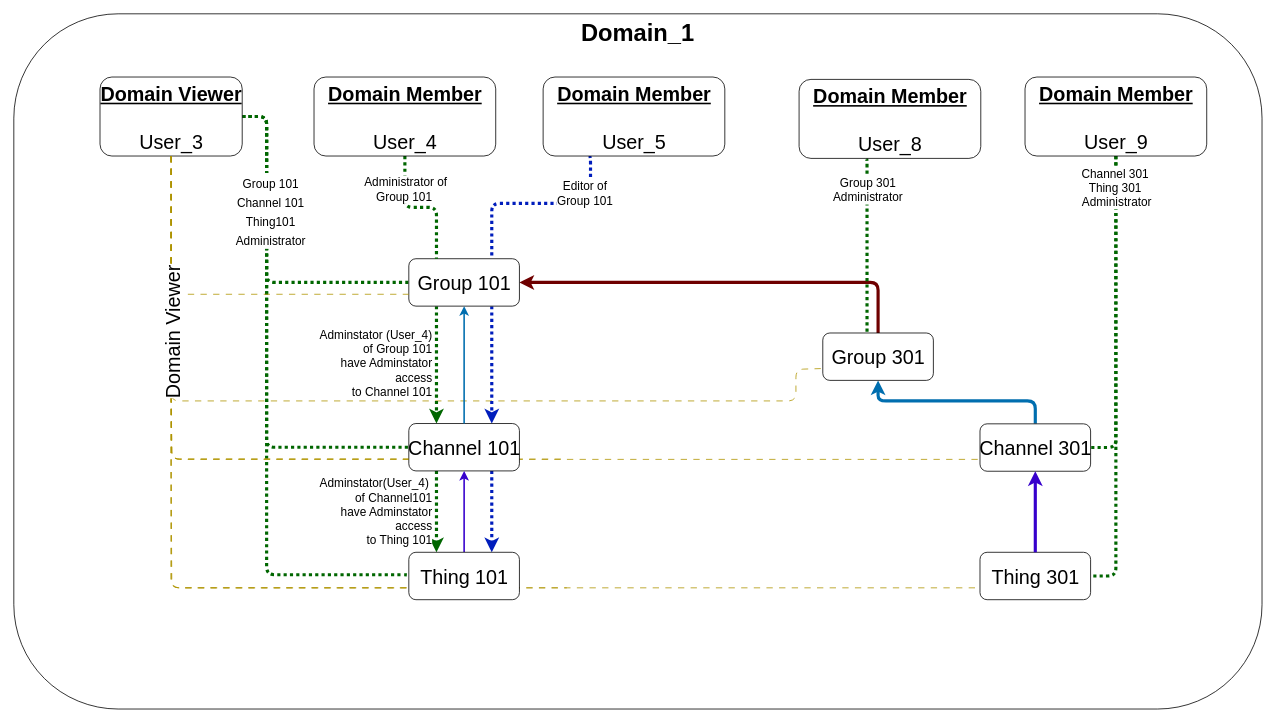
absmach/supermq-docs keeps this draw.io diagram as docs/diagrams/group_users_member_13.drawio. Above is the earlier version. Source tidied: cells renumbered, new cells numbered last; positions are measured from the earlier drawing's top-left corner, leaving out a move shared by most shapes. Both pictures are drawn from the tidied source at 79%, with x=0, y=0 at pixel (13, 13).
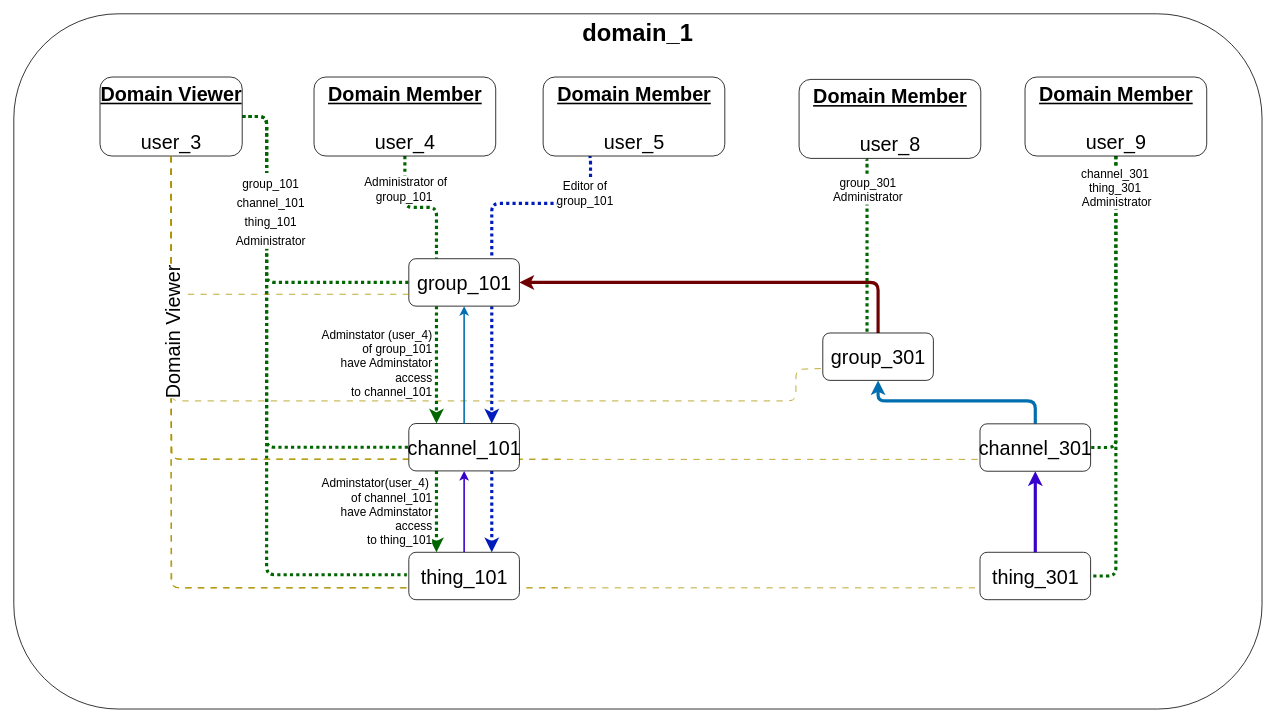
The same diagram, later.

The change refers to these unchanged cells:
```xml
<mxCell id="16" style="edgeStyle=orthogonalEdgeStyle;html=1;entryX=0;entryY=0.5;entryDx=0;entryDy=0;dashed=1;dashPattern=1 1;strokeColor=#006600;strokeWidth=4;fontSize=20;endArrow=none;endFill=0;" parent="13" edge="1" source="22" target="53">
  <mxGeometry relative="1" as="geometry">
    <Array as="points">
      <mxPoint x="320" y="130" />
      <mxPoint x="320" y="710" />
      <mxPoint x="500" y="710" />
    </Array>
  </mxGeometry>
</mxCell>
<mxCell id="23" style="edgeStyle=orthogonalEdgeStyle;html=1;exitX=0.25;exitY=1;exitDx=0;exitDy=0;entryX=0.25;entryY=0;entryDx=0;entryDy=0;dashed=1;dashPattern=1 1;strokeWidth=4;endArrow=classic;endFill=1;fillColor=#fa6800;strokeColor=#006600;" parent="13" edge="1" source="26" target="30">
  <mxGeometry relative="1" as="geometry" />
</mxCell>
<mxCell id="27" style="edgeStyle=orthogonalEdgeStyle;html=1;exitX=0.25;exitY=1;exitDx=0;exitDy=0;entryX=0.25;entryY=0;entryDx=0;entryDy=0;dashed=1;dashPattern=1 1;strokeWidth=4;endArrow=classic;endFill=1;fillColor=#fa6800;strokeColor=#006600;" parent="13" edge="1" source="30" target="53">
  <mxGeometry relative="1" as="geometry" />
</mxCell>
<mxCell id="31" style="edgeStyle=orthogonalEdgeStyle;html=1;entryX=0.25;entryY=0;entryDx=0;entryDy=0;dashed=1;dashPattern=1 1;strokeWidth=4;endArrow=none;endFill=0;fillColor=#fa6800;strokeColor=#006600;" parent="13" edge="1" source="33" target="26">
  <mxGeometry relative="1" as="geometry" />
</mxCell>
<mxCell id="34" style="edgeStyle=orthogonalEdgeStyle;html=1;dashed=1;dashPattern=1 1;strokeWidth=4;endArrow=none;endFill=0;fillColor=#0050ef;strokeColor=#001DBC;exitX=0.25;exitY=1;exitDx=0;exitDy=0;entryX=0.75;entryY=0;entryDx=0;entryDy=0;" parent="13" edge="1" source="36" target="26">
  <mxGeometry relative="1" as="geometry">
    <Array as="points">
      <mxPoint x="730" y="180" />
      <mxPoint x="730" y="240" />
      <mxPoint x="605" y="240" />
    </Array>
  </mxGeometry>
</mxCell>
<mxCell id="38" style="edgeStyle=orthogonalEdgeStyle;html=1;entryX=1;entryY=0.5;entryDx=0;entryDy=0;dashed=1;dashPattern=1 1;strokeColor=#006600;strokeWidth=4;endArrow=none;endFill=0;" parent="13" edge="1" source="40" target="57">
  <mxGeometry relative="1" as="geometry">
    <Array as="points">
      <mxPoint x="1395" y="712" />
    </Array>
  </mxGeometry>
</mxCell>
<mxCell id="41" style="edgeStyle=orthogonalEdgeStyle;html=1;dashed=1;dashPattern=1 1;strokeColor=#006600;strokeWidth=4;endArrow=none;endFill=0;" parent="13" edge="1">
  <mxGeometry relative="1" as="geometry">
    <mxPoint x="1079" y="183" as="sourcePoint" />
    <mxPoint x="1080" y="404" as="targetPoint" />
    <Array as="points">
      <mxPoint x="1080" y="183" />
    </Array>
  </mxGeometry>
</mxCell>
```

What changed in the source:
```diff
@@
-    <mxCell id="10" value="&lt;font style=&quot;font-size: 30px;&quot;&gt;&lt;b style=&quot;&quot;&gt;Domain_1&lt;/b&gt;&lt;/font&gt;" style="rounded=1;whiteSpace=wrap;html=1;verticalAlign=top;fillColor=default;" parent="9" vertex="1">
+    <mxCell id="10" value="&lt;font style=&quot;font-size: 30px;&quot;&gt;&lt;b style=&quot;&quot;&gt;domain_1&lt;/b&gt;&lt;/font&gt;" style="rounded=1;whiteSpace=wrap;html=1;verticalAlign=top;fillColor=default;" parent="9" vertex="1">
       <mxGeometry width="1580" height="880" as="geometry" />
     </mxCell>
@@
-    <mxCell id="17" value="&lt;font style=&quot;font-size: 15px;&quot;&gt;Group 101&lt;br&gt;Channel 101&lt;br&gt;Thing101&lt;br&gt;Administrator&lt;/font&gt;" style="edgeLabel;html=1;align=center;verticalAlign=middle;fontSize=20;" parent="16" vertex="1">
+    <mxCell id="17" value="&lt;font style=&quot;font-size: 15px;&quot;&gt;group_101&lt;br&gt;channel_101&lt;br&gt;thing_101&lt;br&gt;Administrator&lt;/font&gt;" style="edgeLabel;html=1;align=center;verticalAlign=middle;fontSize=20;" parent="16" vertex="1">
       <mxGeometry x="-0.53" y="4" relative="1" as="geometry">
         <mxPoint y="-37" as="offset" />
       </mxGeometry>
     </mxCell>
@@
-    <mxCell id="22" value="&lt;font style=&quot;font-size: 25px;&quot;&gt;&lt;b&gt;&lt;u&gt;Domain Viewer&lt;/u&gt;&lt;/b&gt;&lt;br&gt;&lt;br&gt;User_3&lt;/font&gt;" style="rounded=1;html=1;fontSize=25;verticalAlign=top;" parent="13" vertex="1">
+    <mxCell id="22" value="&lt;font style=&quot;font-size: 25px;&quot;&gt;&lt;b&gt;&lt;u&gt;Domain Viewer&lt;/u&gt;&lt;/b&gt;&lt;br&gt;&lt;br&gt;user_3&lt;/font&gt;" style="rounded=1;html=1;fontSize=25;verticalAlign=top;" parent="13" vertex="1">
       <mxGeometry x="109.1" y="80" width="180" height="100" as="geometry" />
     </mxCell>
@@
-    <mxCell id="24" value="Adminstator (User_4)&lt;br&gt;of Group 101 &lt;br&gt;have Adminstator &lt;br&gt;access &lt;br&gt;to Channel 101" style="edgeLabel;html=1;align=right;verticalAlign=middle;fontSize=15;" parent="23" vertex="1">
+    <mxCell id="24" value="Adminstator (user_4)&lt;br&gt;of group_101 &lt;br&gt;have Adminstator &lt;br&gt;access &lt;br&gt;to channel_101" style="edgeLabel;html=1;align=right;verticalAlign=middle;fontSize=15;" parent="23" vertex="1">
       <mxGeometry x="-0.13" relative="1" as="geometry">
         <mxPoint x="-5" y="6" as="offset" />
       </mxGeometry>
     </mxCell>
@@
-    <mxCell id="26" value="Group 101" style="rounded=1;html=1;fontSize=25;" parent="13" vertex="1">
+    <mxCell id="26" value="group_101" style="rounded=1;html=1;fontSize=25;" parent="13" vertex="1">
       <mxGeometry x="500" y="310" width="140" height="60" as="geometry" />
     </mxCell>
@@
-    <mxCell id="28" value="Adminstator(User_4)&amp;nbsp;&lt;br&gt;&lt;div style=&quot;&quot;&gt;of Channel101&lt;/div&gt;have Adminstator &lt;br&gt;access&lt;br&gt;to Thing 101" style="edgeLabel;html=1;align=right;verticalAlign=middle;fontSize=15;" parent="27" vertex="1">
+    <mxCell id="28" value="Adminstator(user_4)&amp;nbsp;&lt;br&gt;&lt;div style=&quot;&quot;&gt;of channel_101&lt;/div&gt;have Adminstator &lt;br&gt;access&lt;br&gt;to thing_101" style="edgeLabel;html=1;align=right;verticalAlign=middle;fontSize=15;" parent="27" vertex="1">
       <mxGeometry x="-0.19" y="-1" relative="1" as="geometry">
         <mxPoint x="-4" y="9" as="offset" />
       </mxGeometry>
     </mxCell>
@@
-    <mxCell id="30" value="Channel 101" style="rounded=1;html=1;fontSize=25;" parent="13" vertex="1">
+    <mxCell id="30" value="channel_101" style="rounded=1;html=1;fontSize=25;" parent="13" vertex="1">
       <mxGeometry x="500" y="518.6" width="140" height="60" as="geometry" />
     </mxCell>
@@
-    <mxCell id="32" value="&lt;font style=&quot;font-size: 15px;&quot;&gt;&lt;font style=&quot;font-size: 15px;&quot;&gt;&amp;nbsp;Administrator of&amp;nbsp;&lt;br&gt;&lt;/font&gt;Group 101&amp;nbsp;&lt;/font&gt;" style="edgeLabel;html=1;align=center;verticalAlign=middle;" parent="31" vertex="1">
+    <mxCell id="32" value="&lt;font style=&quot;font-size: 15px;&quot;&gt;&lt;font style=&quot;font-size: 15px;&quot;&gt;&amp;nbsp;Administrator of&amp;nbsp;&lt;br&gt;&lt;/font&gt;group_101&amp;nbsp;&lt;/font&gt;" style="edgeLabel;html=1;align=center;verticalAlign=middle;" parent="31" vertex="1">
       <mxGeometry x="0.42" y="1" relative="1" as="geometry">
         <mxPoint x="-41" y="-40" as="offset" />
       </mxGeometry>
     </mxCell>
-    <mxCell id="33" value="&lt;font style=&quot;font-size: 25px;&quot;&gt;&lt;b&gt;&lt;u&gt;Domain Member&lt;/u&gt;&lt;/b&gt;&lt;br&gt;&lt;br&gt;User_4&lt;/font&gt;" style="rounded=1;html=1;fontSize=25;verticalAlign=top;" parent="13" vertex="1">
+    <mxCell id="33" value="&lt;font style=&quot;font-size: 25px;&quot;&gt;&lt;b&gt;&lt;u&gt;Domain Member&lt;/u&gt;&lt;/b&gt;&lt;br&gt;&lt;br&gt;user_4&lt;/font&gt;" style="rounded=1;html=1;fontSize=25;verticalAlign=top;" parent="13" vertex="1">
       <mxGeometry x="380" y="80" width="230" height="100" as="geometry" />
     </mxCell>
@@
-    <mxCell id="35" value="&lt;font style=&quot;font-size: 15px;&quot;&gt;Editor of&amp;nbsp;&lt;br&gt;&lt;/font&gt;&lt;span style=&quot;font-size: 15px;&quot;&gt;Group 101&amp;nbsp;&lt;/span&gt;" style="edgeLabel;html=1;align=center;verticalAlign=middle;" parent="34" vertex="1">
+    <mxCell id="35" value="&lt;font style=&quot;font-size: 15px;&quot;&gt;Editor of&amp;nbsp;&lt;br&gt;&lt;/font&gt;&lt;span style=&quot;font-size: 15px;&quot;&gt;group_101&amp;nbsp;&lt;/span&gt;" style="edgeLabel;html=1;align=center;verticalAlign=middle;" parent="34" vertex="1">
       <mxGeometry x="-0.62" y="-6" relative="1" as="geometry" />
     </mxCell>
-    <mxCell id="36" value="&lt;font style=&quot;font-size: 25px;&quot;&gt;&lt;b&gt;&lt;u&gt;Domain Member&lt;/u&gt;&lt;/b&gt;&lt;br&gt;&lt;br&gt;User_5&lt;br&gt;&lt;/font&gt;" style="rounded=1;html=1;fontSize=25;verticalAlign=top;" parent="13" vertex="1">
+    <mxCell id="36" value="&lt;font style=&quot;font-size: 25px;&quot;&gt;&lt;b&gt;&lt;u&gt;Domain Member&lt;/u&gt;&lt;/b&gt;&lt;br&gt;&lt;br&gt;user_5&lt;br&gt;&lt;/font&gt;" style="rounded=1;html=1;fontSize=25;verticalAlign=top;" parent="13" vertex="1">
       <mxGeometry x="670" y="80" width="230" height="100" as="geometry" />
     </mxCell>
@@
-    <mxCell id="39" value="Channel 301&amp;nbsp;&lt;br&gt;Thing 301&amp;nbsp;&lt;br&gt;Administrator" style="edgeLabel;html=1;align=center;verticalAlign=middle;fontSize=15;" parent="38" vertex="1">
+    <mxCell id="39" value="channel_301&amp;nbsp;&lt;br&gt;thing_301&amp;nbsp;&lt;br&gt;Administrator" style="edgeLabel;html=1;align=center;verticalAlign=middle;fontSize=15;" parent="38" vertex="1">
       <mxGeometry x="-0.53" y="-2" relative="1" as="geometry">
         <mxPoint x="2" y="-93" as="offset" />
       </mxGeometry>
     </mxCell>
-    <mxCell id="40" value="&lt;font style=&quot;font-size: 25px;&quot;&gt;&lt;b&gt;&lt;u&gt;Domain Member&lt;/u&gt;&lt;/b&gt;&lt;br&gt;&lt;br&gt;User_9&lt;/font&gt;" style="rounded=1;html=1;fontSize=25;verticalAlign=top;" parent="13" vertex="1">
+    <mxCell id="40" value="&lt;font style=&quot;font-size: 25px;&quot;&gt;&lt;b&gt;&lt;u&gt;Domain Member&lt;/u&gt;&lt;/b&gt;&lt;br&gt;&lt;br&gt;user_9&lt;/font&gt;" style="rounded=1;html=1;fontSize=25;verticalAlign=top;" parent="13" vertex="1">
       <mxGeometry x="1280" y="80" width="230" height="100" as="geometry" />
     </mxCell>
@@
-    <mxCell id="42" value="&lt;font style=&quot;font-size: 15px;&quot;&gt;Group 301 &lt;br&gt;Administrator&lt;/font&gt;" style="edgeLabel;html=1;align=center;verticalAlign=middle;" parent="41" vertex="1">
+    <mxCell id="42" value="&lt;font style=&quot;font-size: 15px;&quot;&gt;group_301 &lt;br&gt;Administrator&lt;/font&gt;" style="edgeLabel;html=1;align=center;verticalAlign=middle;" parent="41" vertex="1">
       <mxGeometry x="-0.26" relative="1" as="geometry">
         <mxPoint y="-42" as="offset" />
       </mxGeometry>
     </mxCell>
-    <mxCell id="43" value="&lt;font style=&quot;font-size: 25px;&quot;&gt;&lt;b&gt;&lt;u&gt;Domain Member&lt;/u&gt;&lt;/b&gt;&lt;br&gt;&lt;br&gt;User_8&lt;/font&gt;" style="rounded=1;html=1;fontSize=25;verticalAlign=top;" parent="13" vertex="1">
+    <mxCell id="43" value="&lt;font style=&quot;font-size: 25px;&quot;&gt;&lt;b&gt;&lt;u&gt;Domain Member&lt;/u&gt;&lt;/b&gt;&lt;br&gt;&lt;br&gt;user_8&lt;/font&gt;" style="rounded=1;html=1;fontSize=25;verticalAlign=top;" parent="13" vertex="1">
       <mxGeometry x="994" y="83" width="230" height="100" as="geometry" />
     </mxCell>
@@
-    <mxCell id="53" value="Thing 101" style="rounded=1;html=1;fontSize=25;" parent="51" vertex="1">
+    <mxCell id="53" value="thing_101" style="rounded=1;html=1;fontSize=25;" parent="51" vertex="1">
       <mxGeometry x="500" y="681.6" width="140" height="60" as="geometry" />
     </mxCell>
@@
-    <mxCell id="55" value="Group 301" style="rounded=1;html=1;fontSize=25;" parent="51" vertex="1">
+    <mxCell id="55" value="group_301" style="rounded=1;html=1;fontSize=25;" parent="51" vertex="1">
       <mxGeometry x="1024" y="404" width="140" height="60" as="geometry" />
     </mxCell>
-    <mxCell id="56" value="Channel 301" style="rounded=1;html=1;fontSize=25;" parent="51" vertex="1">
+    <mxCell id="56" value="channel_301" style="rounded=1;html=1;fontSize=25;" parent="51" vertex="1">
       <mxGeometry x="1223" y="519" width="140" height="60" as="geometry" />
     </mxCell>
-    <mxCell id="57" value="Thing 301" style="rounded=1;html=1;fontSize=25;" parent="51" vertex="1">
+    <mxCell id="57" value="thing_301" style="rounded=1;html=1;fontSize=25;" parent="51" vertex="1">
       <mxGeometry x="1223" y="681.6" width="140" height="60" as="geometry" />
     </mxCell>
```
